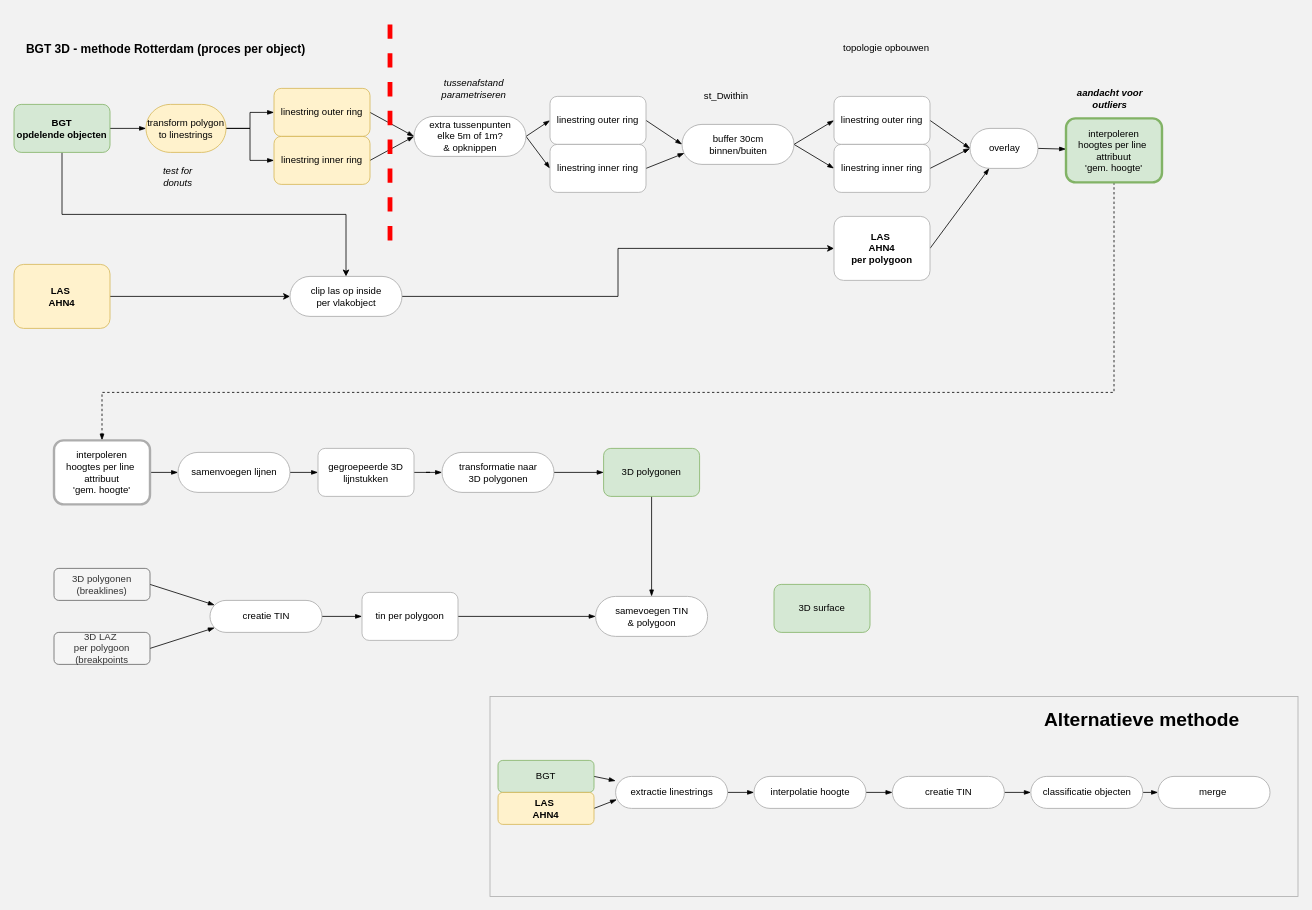
Before: page "tr_vlakgrenzen" (1 of 2) of models/transformatiemodel_BGT_3dMaaiveld.drawio in 3dmaaiveld/3d-pipeline, a draw.io diagram. Source tidied: cells renumbered, new cells numbered last; positions are measured from the earlier drawing's top-left corner, leaving out a move shared by most shapes. Both pictures are drawn from the tidied source at 80%, with x=0, y=0 at pixel (14, 16).
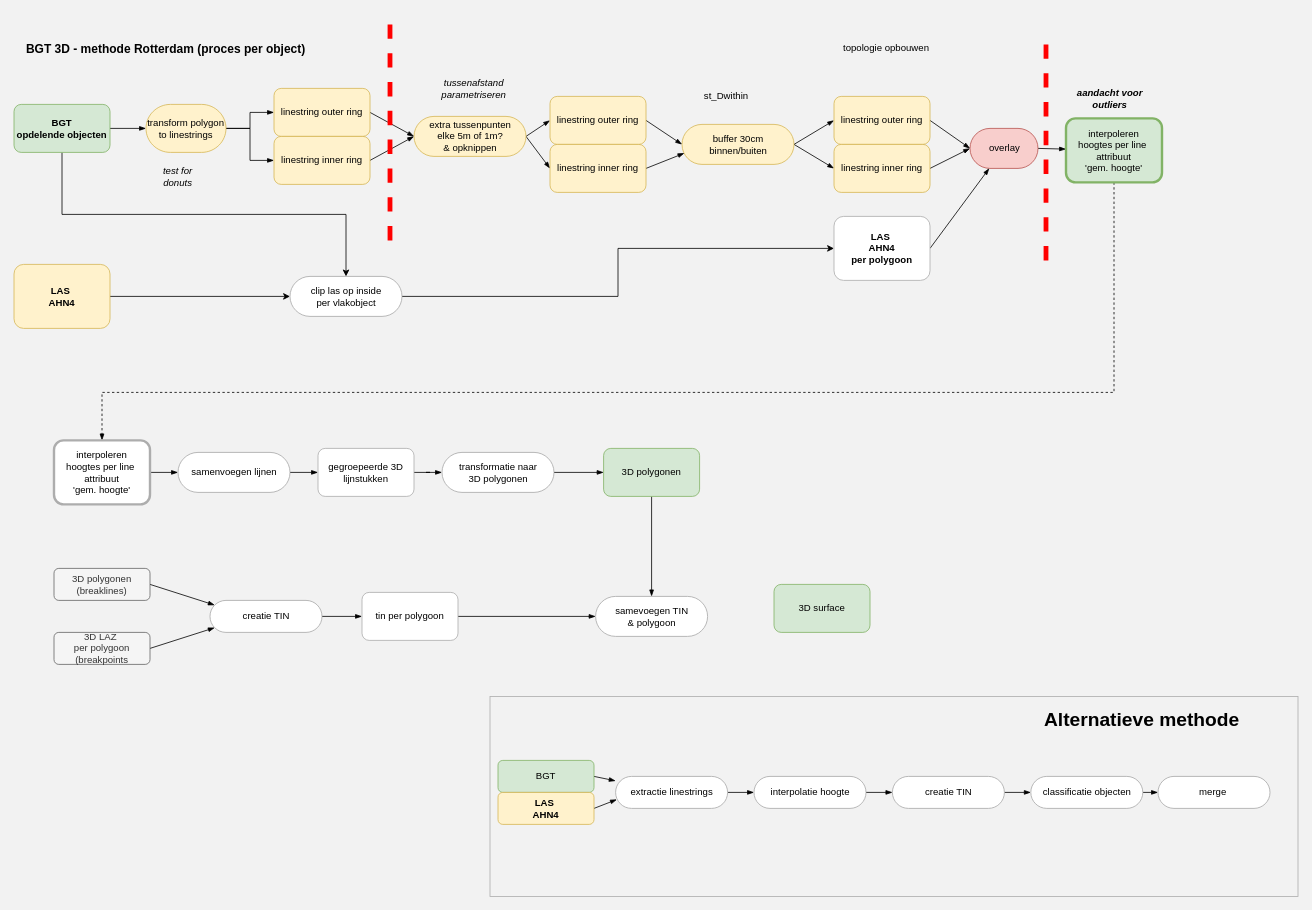
The same diagram, later.

What changed in the source:
```diff
@@
-    <mxCell id="9" value="extra tussenpunten &lt;br&gt;elke 5m of 1m?&lt;br&gt;&amp;amp; opknippen" style="html=1;dashed=0;whitespace=wrap;shape=mxgraph.dfd.start;strokeColor=#A8A8A8;" parent="1" vertex="1">
+    <mxCell id="9" value="extra tussenpunten &lt;br&gt;elke 5m of 1m?&lt;br&gt;&amp;amp; opknippen" style="html=1;dashed=0;whitespace=wrap;shape=mxgraph.dfd.start;strokeColor=#d6b656;fillColor=#fff2cc;" parent="1" vertex="1">
       <mxGeometry x="500" y="125" width="140" height="50" as="geometry" />
     </mxCell>
@@
-    <mxCell id="15" value="buffer 30cm&lt;br&gt;binnen/buiten" style="html=1;dashed=0;whitespace=wrap;shape=mxgraph.dfd.start;strokeColor=#A8A8A8;" parent="1" vertex="1">
+    <mxCell id="15" value="buffer 30cm&lt;br&gt;binnen/buiten" style="html=1;dashed=0;whitespace=wrap;shape=mxgraph.dfd.start;strokeColor=#d6b656;fillColor=#fff2cc;" parent="1" vertex="1">
       <mxGeometry x="835" y="135" width="140" height="50" as="geometry" />
     </mxCell>
@@
-    <mxCell id="17" value="overlay" style="html=1;dashed=0;whitespace=wrap;shape=mxgraph.dfd.start;strokeColor=#A8A8A8;" parent="1" vertex="1">
+    <mxCell id="17" value="overlay" style="html=1;dashed=0;whitespace=wrap;shape=mxgraph.dfd.start;strokeColor=#b85450;fillColor=#f8cecc;" parent="1" vertex="1">
       <mxGeometry x="1195" y="140" width="85" height="50" as="geometry" />
     </mxCell>
@@
-    <mxCell id="28" value="linestring outer ring" style="rounded=1;whiteSpace=wrap;html=1;strokeColor=#ADADAD;strokeWidth=1;" parent="1" vertex="1">
+    <mxCell id="28" value="linestring outer ring" style="rounded=1;whiteSpace=wrap;html=1;strokeColor=#d6b656;strokeWidth=1;fillColor=#fff2cc;" parent="1" vertex="1">
       <mxGeometry x="670" y="100" width="120" height="60" as="geometry" />
     </mxCell>
@@
-    <mxCell id="30" value="linestring inner ring" style="rounded=1;whiteSpace=wrap;html=1;strokeColor=#ADADAD;strokeWidth=1;" parent="1" vertex="1">
+    <mxCell id="30" value="linestring inner ring" style="rounded=1;whiteSpace=wrap;html=1;strokeColor=#d6b656;strokeWidth=1;fillColor=#fff2cc;" parent="1" vertex="1">
       <mxGeometry x="670" y="160" width="120" height="60" as="geometry" />
     </mxCell>
@@
-    <mxCell id="35" value="linestring outer ring" style="rounded=1;whiteSpace=wrap;html=1;strokeColor=#ADADAD;strokeWidth=1;" parent="1" vertex="1">
+    <mxCell id="35" value="linestring outer ring" style="rounded=1;whiteSpace=wrap;html=1;strokeColor=#d6b656;strokeWidth=1;fillColor=#fff2cc;" parent="1" vertex="1">
       <mxGeometry x="1025" y="100" width="120" height="60" as="geometry" />
     </mxCell>
@@
-    <mxCell id="37" value="linestring inner ring" style="rounded=1;whiteSpace=wrap;html=1;strokeColor=#ADADAD;strokeWidth=1;" parent="1" vertex="1">
+    <mxCell id="37" value="linestring inner ring" style="rounded=1;whiteSpace=wrap;html=1;strokeColor=#d6b656;strokeWidth=1;fillColor=#fff2cc;" parent="1" vertex="1">
       <mxGeometry x="1025" y="160" width="120" height="60" as="geometry" />
     </mxCell>
@@
+    <mxCell id="78" style="endArrow=none;dashed=1;html=1;rounded=0;strokeColor=#FF0000;strokeWidth=6;" parent="1" edge="1">
+      <mxGeometry relative="1" as="geometry">
+        <mxPoint x="1290" y="305" as="sourcePoint" />
+        <mxPoint x="1290" y="25" as="targetPoint" />
+      </mxGeometry>
+    </mxCell>
```
